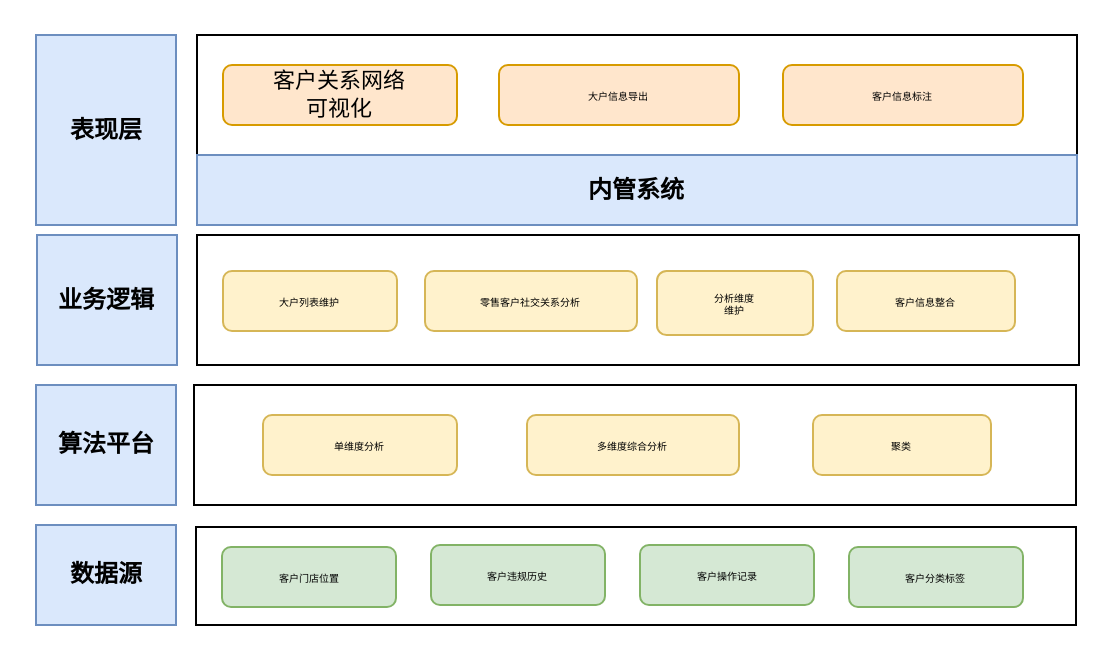
1009351456/Anonymous keeps this draw.io diagram as Client_network.drawio. Above is the earlier version. Source tidied: cells renumbered, new cells numbered last; positions are measured from the earlier drawing's top-left corner, leaving out a move shared by most shapes. Both pictures are drawn from the tidied source at 200%, with x=0, y=0 at pixel (36, 34).
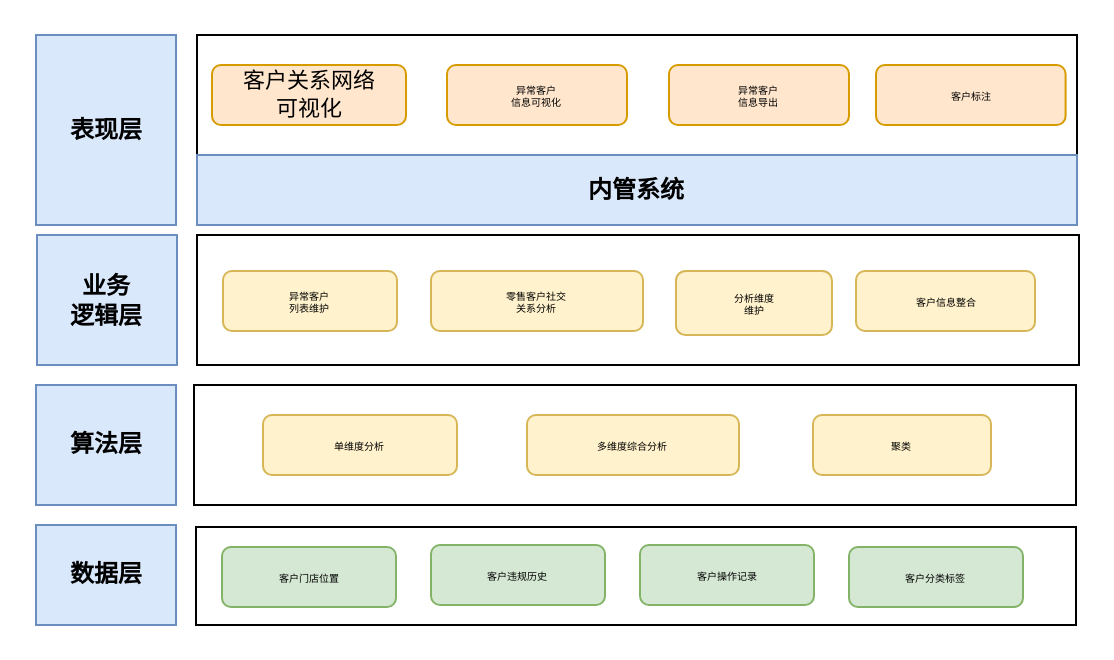
Above is the later version.

Diff of the diagram source:
```diff
@@
-    <mxCell id="5" value="数据源" style="rounded=0;whiteSpace=wrap;html=1;fillColor=#dae8fc;strokeColor=#6c8ebf;fontStyle=1;" parent="1" vertex="1">
+    <mxCell id="5" value="数据层" style="rounded=0;whiteSpace=wrap;html=1;fillColor=#dae8fc;strokeColor=#6c8ebf;fontStyle=1;" parent="1" vertex="1">
       <mxGeometry x="-0.5" y="245" width="70" height="50" as="geometry" />
     </mxCell>
-    <mxCell id="6" value="大户信息导出" style="rounded=1;whiteSpace=wrap;html=1;fillColor=#ffe6cc;strokeColor=#d79b00;fontSize=5;" parent="1" vertex="1">
-      <mxGeometry x="231" y="15" width="120" height="30" as="geometry" />
+    <mxCell id="6" value="异常客户&lt;br&gt;信息导出" style="rounded=1;whiteSpace=wrap;html=1;fillColor=#ffe6cc;strokeColor=#d79b00;fontSize=5;" parent="1" vertex="1">
+      <mxGeometry x="316" y="15" width="90" height="30" as="geometry" />
     </mxCell>
     <mxCell id="7" value="&lt;span style=&quot;font-size: 11px&quot;&gt;客户关系网络&lt;br&gt;可视化&lt;br&gt;&lt;/span&gt;" style="rounded=1;whiteSpace=wrap;html=1;fillColor=#ffe6cc;strokeColor=#d79b00;fontSize=5;" parent="1" vertex="1">
-      <mxGeometry x="93" y="15" width="117" height="30" as="geometry" />
+      <mxGeometry x="87.5" y="15" width="97" height="30" as="geometry" />
     </mxCell>
-    <mxCell id="8" value="客户信息标注" style="rounded=1;whiteSpace=wrap;html=1;fillColor=#ffe6cc;strokeColor=#d79b00;fontSize=5;" parent="1" vertex="1">
-      <mxGeometry x="373" y="15" width="120" height="30" as="geometry" />
+    <mxCell id="8" value="客户标注" style="rounded=1;whiteSpace=wrap;html=1;fillColor=#ffe6cc;strokeColor=#d79b00;fontSize=5;" parent="1" vertex="1">
+      <mxGeometry x="419.5" y="15" width="94.8" height="30" as="geometry" />
     </mxCell>
-    <mxCell id="9" value="算法平台" style="rounded=0;whiteSpace=wrap;html=1;fillColor=#dae8fc;strokeColor=#6c8ebf;fontStyle=1;" parent="1" vertex="1">
+    <mxCell id="9" value="算法层" style="rounded=0;whiteSpace=wrap;html=1;fillColor=#dae8fc;strokeColor=#6c8ebf;fontStyle=1;" parent="1" vertex="1">
       <mxGeometry x="-0.5" y="175" width="70" height="60" as="geometry" />
     </mxCell>
@@
-    <mxCell id="14" value="业务逻辑" style="rounded=0;whiteSpace=wrap;html=1;fillColor=#dae8fc;strokeColor=#6c8ebf;fontStyle=1;" parent="1" vertex="1">
+    <mxCell id="14" value="业务&lt;br&gt;逻辑层" style="rounded=0;whiteSpace=wrap;html=1;fillColor=#dae8fc;strokeColor=#6c8ebf;fontStyle=1;" parent="1" vertex="1">
       <mxGeometry y="100" width="70" height="65" as="geometry" />
     </mxCell>
@@
-    <mxCell id="16" value="大户列表维护" style="rounded=1;whiteSpace=wrap;html=1;fillColor=#fff2cc;strokeColor=#d6b656;fontSize=5;" parent="1" vertex="1">
+    <mxCell id="16" value="异常客户&lt;br&gt;列表维护" style="rounded=1;whiteSpace=wrap;html=1;fillColor=#fff2cc;strokeColor=#d6b656;fontSize=5;" parent="1" vertex="1">
       <mxGeometry x="93" y="118" width="87" height="30" as="geometry" />
     </mxCell>
-    <mxCell id="17" value="零售客户社交关系分析" style="rounded=1;whiteSpace=wrap;html=1;fillColor=#fff2cc;strokeColor=#d6b656;fontSize=5;" parent="1" vertex="1">
-      <mxGeometry x="194" y="118" width="106" height="30" as="geometry" />
+    <mxCell id="17" value="零售客户社交&lt;br&gt;关系分析" style="rounded=1;whiteSpace=wrap;html=1;fillColor=#fff2cc;strokeColor=#d6b656;fontSize=5;" parent="1" vertex="1">
+      <mxGeometry x="197" y="118" width="106" height="30" as="geometry" />
     </mxCell>
@@
     <mxCell id="22" value="分析维度&lt;br&gt;维护" style="rounded=1;whiteSpace=wrap;html=1;fillColor=#fff2cc;strokeColor=#d6b656;fontSize=5;" parent="1" vertex="1">
-      <mxGeometry x="310" y="118" width="78" height="32" as="geometry" />
+      <mxGeometry x="319.5" y="118" width="78" height="32" as="geometry" />
     </mxCell>
     <mxCell id="23" value="客户信息整合" style="rounded=1;whiteSpace=wrap;html=1;fillColor=#fff2cc;strokeColor=#d6b656;fontSize=5;" parent="1" vertex="1">
-      <mxGeometry x="400" y="118" width="89" height="30" as="geometry" />
+      <mxGeometry x="409.5" y="118" width="89.5" height="30" as="geometry" />
     </mxCell>
@@
+    <mxCell id="25" value="异常客户&lt;br&gt;信息可视化" style="rounded=1;whiteSpace=wrap;html=1;fillColor=#ffe6cc;strokeColor=#d79b00;fontSize=5;" parent="1" vertex="1">
+      <mxGeometry x="205" y="15" width="90" height="30" as="geometry" />
+    </mxCell>
```
